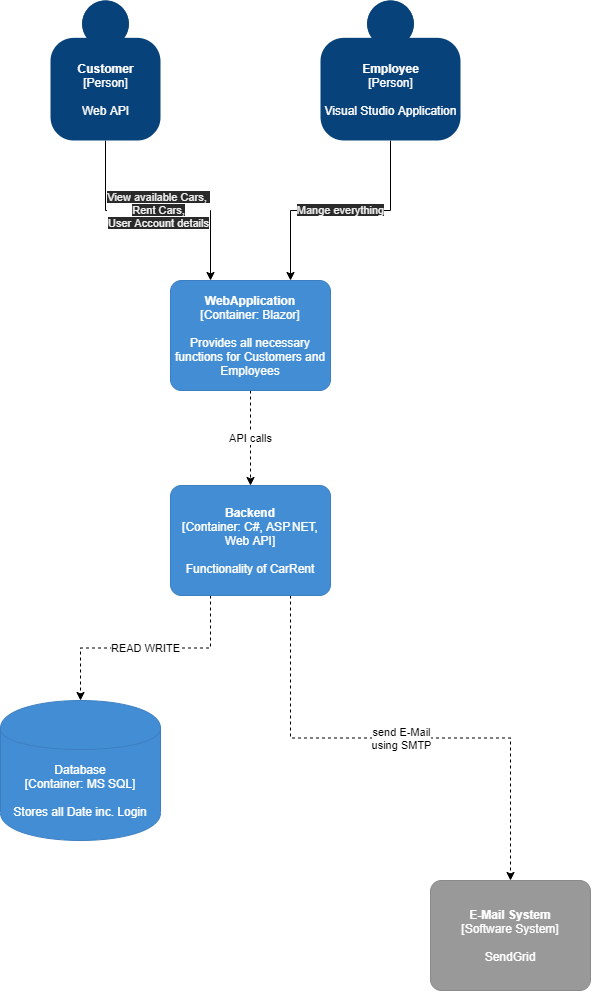
Above: drawio/C4_Container.drawio.png in marcoebneter/zbw_CarRent (draw.io), before the change. Source tidied: cells renumbered, new cells last; positions are measured from the earlier drawing's top-left corner, leaving out a move shared by most shapes. Source of this version:
```xml
<mxGraphModel>
  <root>
    <mxCell id="0" />
    <mxCell id="1" parent="0" />
    <mxCell id="2" value="&lt;span style=&quot;color: rgb(240 , 240 , 240) ; font-family: &amp;#34;helvetica&amp;#34; ; font-size: 11px ; font-style: normal ; font-weight: 400 ; letter-spacing: normal ; text-align: center ; text-indent: 0px ; text-transform: none ; word-spacing: 0px ; background-color: rgb(42 , 42 , 42) ; display: inline ; float: none&quot;&gt;View available Cars,&amp;nbsp;&lt;/span&gt;&lt;br style=&quot;color: rgb(240 , 240 , 240) ; font-family: &amp;#34;helvetica&amp;#34; ; font-size: 11px ; font-style: normal ; font-weight: 400 ; letter-spacing: normal ; text-align: center ; text-indent: 0px ; text-transform: none ; word-spacing: 0px&quot;&gt;&lt;span style=&quot;color: rgb(240 , 240 , 240) ; font-family: &amp;#34;helvetica&amp;#34; ; font-size: 11px ; font-style: normal ; font-weight: 400 ; letter-spacing: normal ; text-align: center ; text-indent: 0px ; text-transform: none ; word-spacing: 0px ; background-color: rgb(42 , 42 , 42) ; display: inline ; float: none&quot;&gt;Rent Cars,&lt;/span&gt;&lt;br style=&quot;color: rgb(240 , 240 , 240) ; font-family: &amp;#34;helvetica&amp;#34; ; font-size: 11px ; font-style: normal ; font-weight: 400 ; letter-spacing: normal ; text-align: center ; text-indent: 0px ; text-transform: none ; word-spacing: 0px&quot;&gt;&lt;span style=&quot;color: rgb(240 , 240 , 240) ; font-family: &amp;#34;helvetica&amp;#34; ; font-size: 11px ; font-style: normal ; font-weight: 400 ; letter-spacing: normal ; text-align: center ; text-indent: 0px ; text-transform: none ; word-spacing: 0px ; background-color: rgb(42 , 42 , 42) ; display: inline ; float: none&quot;&gt;User Account details&lt;/span&gt;" style="edgeStyle=orthogonalEdgeStyle;rounded=0;jettySize=auto;html=1;exitX=0.5;exitY=1;exitDx=0;exitDy=0;exitPerimeter=0;entryX=0.25;entryY=0;entryDx=0;entryDy=0;entryPerimeter=0;" parent="1" edge="1" source="3" target="7">
      <mxGeometry relative="1" as="geometry" />
    </mxCell>
    <object id="3" label="&lt;b&gt;%c4Name%&lt;/b&gt;&lt;div&gt;[%c4Type%]&lt;/div&gt;&lt;br&gt;&lt;div&gt;%c4Description%&lt;/div&gt;" c4Description="Web API" c4Name="Customer" c4Type="Person" placeholders="1">
      <mxCell style="html=1;dashed=0;whitespace=wrap;fillColor=#08427b;strokeColor=none;fontColor=#ffffff;shape=mxgraph.c4.person;align=center;points=[[0.5,0,0],[1,0.5,0],[1,0.75,0],[0.75,1,0],[0.5,1,0],[0.25,1,0],[0,0.75,0],[0,0.5,0]];metaData={&quot;c4Type&quot;:{&quot;editable&quot;:false}};" parent="1" vertex="1">
        <mxGeometry x="50" width="110" height="140" as="geometry" />
      </mxCell>
    </object>
    <mxCell id="4" value="&lt;span style=&quot;color: rgb(240 , 240 , 240) ; font-family: &amp;#34;helvetica&amp;#34; ; font-size: 11px ; font-style: normal ; font-weight: 400 ; letter-spacing: normal ; text-align: center ; text-indent: 0px ; text-transform: none ; word-spacing: 0px ; background-color: rgb(42 , 42 , 42) ; display: inline ; float: none&quot;&gt;Mange everything&lt;/span&gt;" style="edgeStyle=orthogonalEdgeStyle;rounded=0;jettySize=auto;html=1;exitX=0.5;exitY=1;exitDx=0;exitDy=0;exitPerimeter=0;entryX=0.75;entryY=0;entryDx=0;entryDy=0;entryPerimeter=0;" parent="1" edge="1" source="5" target="7">
      <mxGeometry relative="1" as="geometry" />
    </mxCell>
    <object id="5" label="&lt;b&gt;%c4Name%&lt;/b&gt;&lt;div&gt;[%c4Type%]&lt;/div&gt;&lt;br&gt;&lt;div&gt;%c4Description%&lt;/div&gt;" c4Description="Visual Studio Application" c4Name="Employee" c4Type="Person" placeholders="1">
      <mxCell style="html=1;dashed=0;whitespace=wrap;fillColor=#08427b;strokeColor=none;fontColor=#ffffff;shape=mxgraph.c4.person;align=center;points=[[0.5,0,0],[1,0.5,0],[1,0.75,0],[0.75,1,0],[0.5,1,0],[0.25,1,0],[0,0.75,0],[0,0.5,0]];metaData={&quot;c4Type&quot;:{&quot;editable&quot;:false}};" parent="1" vertex="1">
        <mxGeometry x="320" width="140" height="140" as="geometry" />
      </mxCell>
    </object>
    <mxCell id="6" value="API calls" style="edgeStyle=orthogonalEdgeStyle;rounded=0;jettySize=auto;html=1;exitX=0.5;exitY=1;exitDx=0;exitDy=0;exitPerimeter=0;entryX=0.5;entryY=0;entryDx=0;entryDy=0;entryPerimeter=0;dashed=1;" parent="1" edge="1" source="7" target="10">
      <mxGeometry relative="1" as="geometry" />
    </mxCell>
    <object id="7" label="&lt;b&gt;%c4Name%&lt;/b&gt;&lt;div&gt;[%c4Type%: %c4Technology%]&lt;/div&gt;&lt;br&gt;&lt;div&gt;%c4Description%&lt;/div&gt;" c4Description="Provides all necessary functions for Customers and Employees" c4Name="WebApplication" c4Technology="Blazor" c4Type="Container" placeholders="1">
      <mxCell style="rounded=1;whiteSpace=wrap;html=1;labelBackgroundColor=none;fillColor=#438DD5;fontColor=#ffffff;align=center;arcSize=10;strokeColor=#3C7FC0;metaData={&quot;c4Type&quot;:{&quot;editable&quot;:false}};points=[[0.25,0,0],[0.5,0,0],[0.75,0,0],[1,0.25,0],[1,0.5,0],[1,0.75,0],[0.75,1,0],[0.5,1,0],[0.25,1,0],[0,0.75,0],[0,0.5,0],[0,0.25,0]];" parent="1" vertex="1">
        <mxGeometry x="170" y="280" width="160" height="110" as="geometry" />
      </mxCell>
    </object>
    <mxCell id="8" value="READ WRITE" style="edgeStyle=orthogonalEdgeStyle;rounded=0;jettySize=auto;html=1;exitX=0.25;exitY=1;exitDx=0;exitDy=0;exitPerimeter=0;entryX=0.5;entryY=0;entryDx=0;entryDy=0;entryPerimeter=0;dashed=1;" parent="1" edge="1" source="10" target="11">
      <mxGeometry relative="1" as="geometry" />
    </mxCell>
    <mxCell id="9" value="send E-Mail&lt;br&gt;using SMTP" style="edgeStyle=orthogonalEdgeStyle;rounded=0;jettySize=auto;html=1;exitX=0.75;exitY=1;exitDx=0;exitDy=0;exitPerimeter=0;entryX=0.5;entryY=0;entryDx=0;entryDy=0;entryPerimeter=0;dashed=1;" parent="1" edge="1" source="10" target="12">
      <mxGeometry relative="1" as="geometry" />
    </mxCell>
    <object id="10" label="&lt;b&gt;%c4Name%&lt;/b&gt;&lt;div&gt;[%c4Type%: %c4Technology%]&lt;/div&gt;&lt;br&gt;&lt;div&gt;%c4Description%&lt;/div&gt;" c4Description="Functionality of CarRent" c4Name="Backend" c4Technology="C#, ASP.NET, Web API" c4Type="Container" placeholders="1">
      <mxCell style="rounded=1;whiteSpace=wrap;html=1;labelBackgroundColor=none;fillColor=#438DD5;fontColor=#ffffff;align=center;arcSize=10;strokeColor=#3C7FC0;metaData={&quot;c4Type&quot;:{&quot;editable&quot;:false}};points=[[0.25,0,0],[0.5,0,0],[0.75,0,0],[1,0.25,0],[1,0.5,0],[1,0.75,0],[0.75,1,0],[0.5,1,0],[0.25,1,0],[0,0.75,0],[0,0.5,0],[0,0.25,0]];" parent="1" vertex="1">
        <mxGeometry x="170" y="485" width="160" height="110" as="geometry" />
      </mxCell>
    </object>
    <object id="11" label="%c4Type%&lt;div&gt;[Container:&amp;nbsp;%c4Technology%]&lt;/div&gt;&lt;br&gt;&lt;div&gt;%c4Description%&lt;/div&gt;" c4Description="Stores all Date inc. Login" c4Technology="MS SQL" c4Type="Database" placeholders="1">
      <mxCell style="shape=cylinder;whiteSpace=wrap;html=1;boundedLbl=1;rounded=0;labelBackgroundColor=none;fillColor=#438DD5;fontSize=12;fontColor=#ffffff;align=center;strokeColor=#3C7FC0;points=[[0.5,0,0],[1,0.25,0],[1,0.5,0],[1,0.75,0],[0.5,1,0],[0,0.75,0],[0,0.5,0],[0,0.25,0]];metaData={&quot;c4Type&quot;:{&quot;editable&quot;:false}};" parent="1" vertex="1">
        <mxGeometry y="700" width="160" height="140" as="geometry" />
      </mxCell>
    </object>
    <object id="12" label="&lt;b&gt;%c4Name%&lt;/b&gt;&lt;div&gt;[%c4Type%]&lt;/div&gt;&lt;br&gt;&lt;div&gt;%c4Description%&lt;/div&gt;" c4Description="SendGrid" c4Name="E-Mail System" c4Type="Software System" placeholders="1">
      <mxCell style="rounded=1;whiteSpace=wrap;html=1;labelBackgroundColor=none;fillColor=#999999;fontColor=#ffffff;align=center;arcSize=10;strokeColor=#8A8A8A;metaData={&quot;c4Type&quot;:{&quot;editable&quot;:false}};points=[[0.25,0,0],[0.5,0,0],[0.75,0,0],[1,0.25,0],[1,0.5,0],[1,0.75,0],[0.75,1,0],[0.5,1,0],[0.25,1,0],[0,0.75,0],[0,0.5,0],[0,0.25,0]];" parent="1" vertex="1">
        <mxGeometry x="430" y="880" width="160" height="110" as="geometry" />
      </mxCell>
    </object>
  </root>
</mxGraphModel>
```
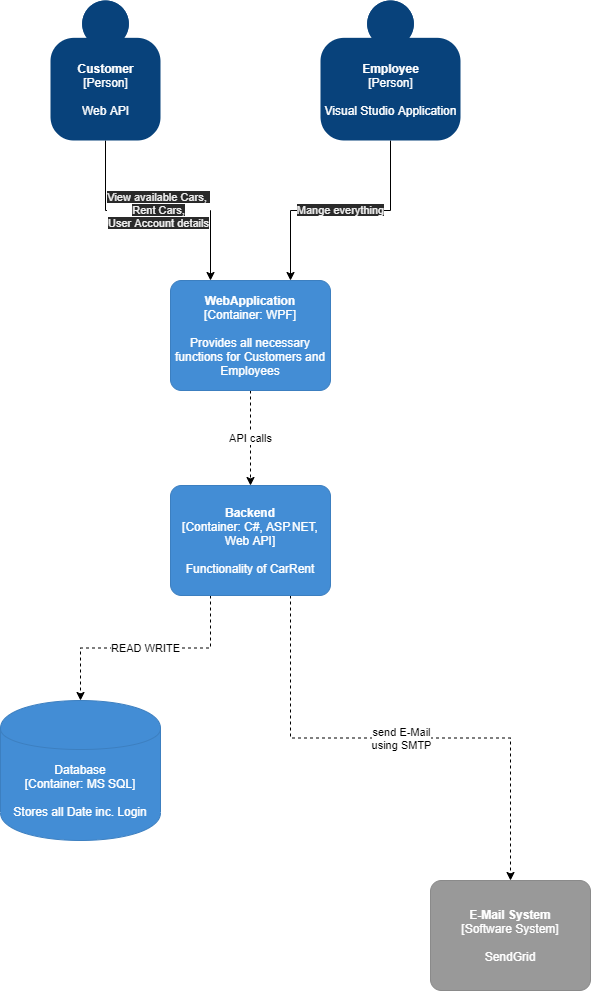
The same file after the commit.

Change to the diagram source:
```diff
@@ -21,7 +21,7 @@
     <mxCell id="6" value="API calls" style="edgeStyle=orthogonalEdgeStyle;rounded=0;jettySize=auto;html=1;exitX=0.5;exitY=1;exitDx=0;exitDy=0;exitPerimeter=0;entryX=0.5;entryY=0;entryDx=0;entryDy=0;entryPerimeter=0;dashed=1;" parent="1" edge="1" source="7" target="10">
       <mxGeometry relative="1" as="geometry" />
     </mxCell>
-    <object id="7" label="&lt;b&gt;%c4Name%&lt;/b&gt;&lt;div&gt;[%c4Type%: %c4Technology%]&lt;/div&gt;&lt;br&gt;&lt;div&gt;%c4Description%&lt;/div&gt;" c4Description="Provides all necessary functions for Customers and Employees" c4Name="WebApplication" c4Technology="Blazor" c4Type="Container" placeholders="1">
+    <object id="7" label="&lt;b&gt;%c4Name%&lt;/b&gt;&lt;div&gt;[%c4Type%: %c4Technology%]&lt;/div&gt;&lt;br&gt;&lt;div&gt;%c4Description%&lt;/div&gt;" c4Description="Provides all necessary functions for Customers and Employees" c4Name="WebApplication" c4Technology="WPF" c4Type="Container" placeholders="1">
       <mxCell style="rounded=1;whiteSpace=wrap;html=1;labelBackgroundColor=none;fillColor=#438DD5;fontColor=#ffffff;align=center;arcSize=10;strokeColor=#3C7FC0;metaData={&quot;c4Type&quot;:{&quot;editable&quot;:false}};points=[[0.25,0,0],[0.5,0,0],[0.75,0,0],[1,0.25,0],[1,0.5,0],[1,0.75,0],[0.75,1,0],[0.5,1,0],[0.25,1,0],[0,0.75,0],[0,0.5,0],[0,0.25,0]];" parent="1" vertex="1">
         <mxGeometry x="170" y="280" width="160" height="110" as="geometry" />
       </mxCell>
```
